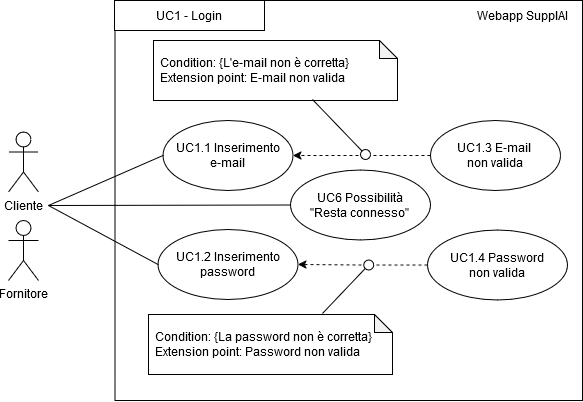
The draw.io diagram 2 - RTB/imgs/inserimento-email-password.png in CodeHex16/documentazione, before a commit. Source tidied: cells renumbered, new cells last; positions are measured from the earlier drawing's top-left corner, leaving out a move shared by most shapes. Source of this version:
```xml
<mxGraphModel>
  <root>
    <mxCell id="0" />
    <mxCell id="1" parent="0" />
    <mxCell id="2" style="rounded=0;whiteSpace=wrap;html=1;fillColor=none;align=right;" parent="1" vertex="1">
      <mxGeometry x="106.5" width="467.5" height="400" as="geometry" />
    </mxCell>
    <mxCell id="3" value="&lt;div&gt;UC1.1 Inserimento&lt;/div&gt;&lt;div&gt;e-mail&lt;br&gt;&lt;/div&gt;" style="ellipse;whiteSpace=wrap;html=1;" parent="1" vertex="1">
      <mxGeometry x="154.5" y="120" width="130" height="70" as="geometry" />
    </mxCell>
    <mxCell id="4" style="endArrow=none;html=1;rounded=0;entryX=0;entryY=0.5;entryDx=0;entryDy=0;exitX=1;exitY=0.5;exitDx=0;exitDy=0;" parent="1" edge="1" target="3">
      <mxGeometry relative="1" as="geometry">
        <mxPoint x="40" y="205" as="sourcePoint" />
      </mxGeometry>
    </mxCell>
    <mxCell id="5" value="&lt;div&gt;UC1.2 Inserimento&lt;/div&gt;&lt;div&gt;password&lt;br&gt;&lt;/div&gt;" style="ellipse;whiteSpace=wrap;html=1;" parent="1" vertex="1">
      <mxGeometry x="149.5" y="229" width="140" height="70" as="geometry" />
    </mxCell>
    <mxCell id="6" value="Webapp SupplAI" style="text;html=1;align=center;verticalAlign=middle;whiteSpace=wrap;rounded=0;" parent="1" vertex="1">
      <mxGeometry x="454" width="120" height="30" as="geometry" />
    </mxCell>
    <mxCell id="7" value="UC1 - Login" style="rounded=0;whiteSpace=wrap;html=1;" parent="1" vertex="1">
      <mxGeometry x="106" width="150" height="30" as="geometry" />
    </mxCell>
    <mxCell id="8" style="endArrow=none;html=1;rounded=0;entryX=0;entryY=0.5;entryDx=0;entryDy=0;exitX=1;exitY=0.5;exitDx=0;exitDy=0;" parent="1" edge="1" target="5">
      <mxGeometry relative="1" as="geometry">
        <mxPoint x="40" y="205" as="sourcePoint" />
      </mxGeometry>
    </mxCell>
    <mxCell id="9" value="Cliente" style="shape=umlActor;verticalLabelPosition=bottom;verticalAlign=top;html=1;" parent="1" vertex="1">
      <mxGeometry y="131.5" width="30" height="60" as="geometry" />
    </mxCell>
    <mxCell id="10" value="&lt;div&gt;UC6 Possibilità&lt;/div&gt;&lt;div&gt;&quot;Resta connesso&quot;&lt;br&gt;&lt;/div&gt;" style="ellipse;whiteSpace=wrap;html=1;" parent="1" vertex="1">
      <mxGeometry x="282" y="169.5" width="140" height="70" as="geometry" />
    </mxCell>
    <mxCell id="11" style="endArrow=none;html=1;rounded=0;entryX=0;entryY=0.5;entryDx=0;entryDy=0;exitX=1;exitY=0.5;exitDx=0;exitDy=0;" parent="1" edge="1" target="10">
      <mxGeometry relative="1" as="geometry">
        <mxPoint x="40" y="205" as="sourcePoint" />
      </mxGeometry>
    </mxCell>
    <mxCell id="12" style="edgeStyle=orthogonalEdgeStyle;rounded=0;jettySize=auto;html=1;entryX=1;entryY=0.5;entryDx=0;entryDy=0;dashed=1;" parent="1" edge="1" source="13" target="5">
      <mxGeometry relative="1" as="geometry" />
    </mxCell>
    <mxCell id="13" value="&lt;div&gt;UC1.4 Password&lt;/div&gt;&lt;div&gt;non valida&lt;br&gt;&lt;/div&gt;" style="ellipse;whiteSpace=wrap;html=1;" parent="1" vertex="1">
      <mxGeometry x="419" y="229.5" width="140" height="70" as="geometry" />
    </mxCell>
    <mxCell id="14" style="edgeStyle=orthogonalEdgeStyle;rounded=0;jettySize=auto;html=1;entryX=1;entryY=0.5;entryDx=0;entryDy=0;dashed=1;" parent="1" edge="1" source="15" target="3">
      <mxGeometry relative="1" as="geometry" />
    </mxCell>
    <mxCell id="15" value="&lt;div&gt;UC1.3 E-mail&amp;nbsp;&lt;/div&gt;&lt;div&gt;non valida&lt;br&gt;&lt;/div&gt;" style="ellipse;whiteSpace=wrap;html=1;" parent="1" vertex="1">
      <mxGeometry x="422" y="120" width="130" height="70" as="geometry" />
    </mxCell>
    <mxCell id="16" value="&lt;div align=&quot;left&quot; style=&quot;padding-left: 5px;&quot;&gt;Condition: {L'e-mail non è corretta}&lt;/div&gt;&lt;div align=&quot;left&quot; style=&quot;padding-left: 5px;&quot;&gt;Extension point: E-mail non valida&lt;br&gt;&lt;/div&gt;" style="shape=note;whiteSpace=wrap;html=1;backgroundOutline=1;darkOpacity=0.05;size=18;align=left;" parent="1" vertex="1">
      <mxGeometry x="145" y="40" width="244" height="60" as="geometry" />
    </mxCell>
    <mxCell id="17" value="&lt;div align=&quot;left&quot; style=&quot;padding-left: 5px;&quot;&gt;Condition: {La password non è corretta}&lt;/div&gt;&lt;div align=&quot;left&quot; style=&quot;padding-left: 5px;&quot;&gt;Extension point: Password non valida&lt;br&gt;&lt;/div&gt;" style="shape=note;whiteSpace=wrap;html=1;backgroundOutline=1;darkOpacity=0.05;size=18;align=left;" parent="1" vertex="1">
      <mxGeometry x="140" y="314" width="244" height="60" as="geometry" />
    </mxCell>
    <mxCell id="18" style="endArrow=none;html=1;rounded=0;exitX=0.5;exitY=1;exitDx=0;exitDy=0;exitPerimeter=0;endFill=0;entryX=0;entryY=0;entryDx=0;entryDy=0;" parent="1" edge="1" target="19">
      <mxGeometry relative="1" as="geometry">
        <mxPoint x="304" y="99" as="sourcePoint" />
      </mxGeometry>
    </mxCell>
    <mxCell id="19" style="ellipse;whiteSpace=wrap;html=1;" parent="1" vertex="1">
      <mxGeometry x="352" y="149" width="10" height="10" as="geometry" />
    </mxCell>
    <mxCell id="20" style="endArrow=none;html=1;rounded=0;exitX=0.713;exitY=-0.017;exitDx=0;exitDy=0;exitPerimeter=0;endFill=0;entryX=0;entryY=1;entryDx=0;entryDy=0;" parent="1" edge="1" source="17" target="21">
      <mxGeometry relative="1" as="geometry" />
    </mxCell>
    <mxCell id="21" style="ellipse;whiteSpace=wrap;html=1;" parent="1" vertex="1">
      <mxGeometry x="355.2" y="259.5" width="10" height="10" as="geometry" />
    </mxCell>
    <mxCell id="22" value="Fornitore" style="shape=umlActor;verticalLabelPosition=bottom;verticalAlign=top;html=1;outlineConnect=0;" parent="1" vertex="1">
      <mxGeometry y="220" width="30" height="60" as="geometry" />
    </mxCell>
  </root>
</mxGraphModel>
```
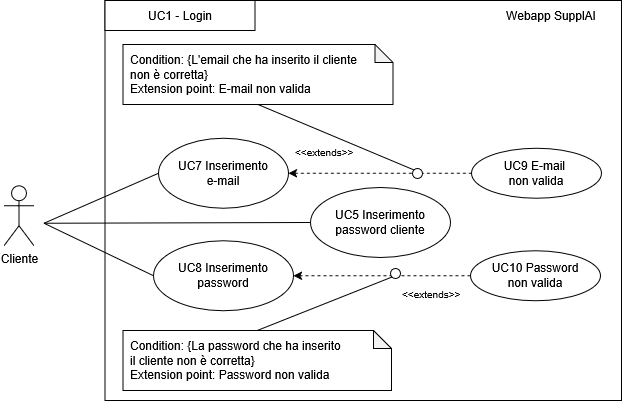
Later version of the same file.

The edit, as a diff of the source:
```diff
@@ -2,76 +2,77 @@
   <root>
     <mxCell id="0" />
     <mxCell id="1" parent="0" />
-    <mxCell id="2" style="rounded=0;whiteSpace=wrap;html=1;fillColor=none;align=right;" parent="1" vertex="1">
-      <mxGeometry x="106.5" width="467.5" height="400" as="geometry" />
+    <mxCell id="2" style="rounded=0;jettySize=auto;html=1;dashed=1;entryX=1;entryY=0.5;entryDx=0;entryDy=0;exitX=0;exitY=0.5;exitDx=0;exitDy=0;" parent="1" edge="1" source="10" target="22">
+      <mxGeometry relative="1" as="geometry" />
     </mxCell>
-    <mxCell id="3" value="&lt;div&gt;UC1.1 Inserimento&lt;/div&gt;&lt;div&gt;e-mail&lt;br&gt;&lt;/div&gt;" style="ellipse;whiteSpace=wrap;html=1;" parent="1" vertex="1">
-      <mxGeometry x="154.5" y="120" width="130" height="70" as="geometry" />
+    <mxCell id="3" style="rounded=0;whiteSpace=wrap;html=1;fillColor=none;align=right;" parent="1" vertex="1">
+      <mxGeometry x="-2442.5" y="280" width="516.5" height="400" as="geometry" />
     </mxCell>
-    <mxCell id="4" style="endArrow=none;html=1;rounded=0;entryX=0;entryY=0.5;entryDx=0;entryDy=0;exitX=1;exitY=0.5;exitDx=0;exitDy=0;" parent="1" edge="1" target="3">
-      <mxGeometry relative="1" as="geometry">
-        <mxPoint x="40" y="205" as="sourcePoint" />
-      </mxGeometry>
+    <mxCell id="4" value="&lt;div&gt;UC9 E-mail&amp;nbsp;&lt;/div&gt;&lt;div&gt;non valida&lt;/div&gt;" style="ellipse;whiteSpace=wrap;html=1;" parent="1" vertex="1">
+      <mxGeometry x="-2076" y="427.8" width="130" height="50" as="geometry" />
     </mxCell>
-    <mxCell id="5" value="&lt;div&gt;UC1.2 Inserimento&lt;/div&gt;&lt;div&gt;password&lt;br&gt;&lt;/div&gt;" style="ellipse;whiteSpace=wrap;html=1;" parent="1" vertex="1">
-      <mxGeometry x="149.5" y="229" width="140" height="70" as="geometry" />
+    <mxCell id="5" style="rounded=0;jettySize=auto;html=1;exitX=1;exitY=0.5;exitDx=0;exitDy=0;entryX=0;entryY=0.5;entryDx=0;entryDy=0;endArrow=none;endFill=0;dashed=1;startArrow=classic;startFill=1;" parent="1" edge="1" source="15" target="4">
+      <mxGeometry relative="1" as="geometry" />
     </mxCell>
-    <mxCell id="6" value="Webapp SupplAI" style="text;html=1;align=center;verticalAlign=middle;whiteSpace=wrap;rounded=0;" parent="1" vertex="1">
-      <mxGeometry x="454" width="120" height="30" as="geometry" />
+    <mxCell id="6" value="&lt;font style=&quot;font-size: 10px;&quot;&gt;&amp;lt;&amp;lt;extends&amp;gt;&amp;gt;&lt;/font&gt;" style="text;html=1;whiteSpace=wrap;overflow=hidden;rounded=0;" parent="1" vertex="1">
+      <mxGeometry x="-2147" y="560" width="80" height="20" as="geometry" />
     </mxCell>
-    <mxCell id="7" value="UC1 - Login" style="rounded=0;whiteSpace=wrap;html=1;" parent="1" vertex="1">
-      <mxGeometry x="106" width="150" height="30" as="geometry" />
+    <mxCell id="7" value="&lt;div align=&quot;left&quot; style=&quot;padding-left: 5px;&quot;&gt;Condition: {La password che ha inserito&amp;nbsp;&lt;/div&gt;&lt;div align=&quot;left&quot; style=&quot;padding-left: 5px;&quot;&gt;il cliente non è corretta}&lt;/div&gt;&lt;div align=&quot;left&quot; style=&quot;padding-left: 5px;&quot;&gt;Extension point: Password non valida&lt;/div&gt;" style="shape=note;whiteSpace=wrap;html=1;backgroundOutline=1;darkOpacity=0.05;size=18;align=left;" parent="1" vertex="1">
+      <mxGeometry x="-2424.5" y="610" width="268.5" height="60" as="geometry" />
     </mxCell>
-    <mxCell id="8" style="endArrow=none;html=1;rounded=0;entryX=0;entryY=0.5;entryDx=0;entryDy=0;exitX=1;exitY=0.5;exitDx=0;exitDy=0;" parent="1" edge="1" target="5">
-      <mxGeometry relative="1" as="geometry">
-        <mxPoint x="40" y="205" as="sourcePoint" />
-      </mxGeometry>
+    <mxCell id="8" style="ellipse;whiteSpace=wrap;html=1;" parent="1" vertex="1">
+      <mxGeometry x="-2157" y="548" width="10" height="10" as="geometry" />
     </mxCell>
-    <mxCell id="9" value="Cliente" style="shape=umlActor;verticalLabelPosition=bottom;verticalAlign=top;html=1;" parent="1" vertex="1">
-      <mxGeometry y="131.5" width="30" height="60" as="geometry" />
+    <mxCell id="9" style="endArrow=none;html=1;rounded=0;exitX=0.5;exitY=0;exitDx=0;exitDy=0;exitPerimeter=0;entryX=0;entryY=1;entryDx=0;entryDy=0;" parent="1" edge="1" source="7" target="8">
+      <mxGeometry relative="1" as="geometry" />
     </mxCell>
-    <mxCell id="10" value="&lt;div&gt;UC6 Possibilità&lt;/div&gt;&lt;div&gt;&quot;Resta connesso&quot;&lt;br&gt;&lt;/div&gt;" style="ellipse;whiteSpace=wrap;html=1;" parent="1" vertex="1">
-      <mxGeometry x="282" y="169.5" width="140" height="70" as="geometry" />
+    <mxCell id="10" value="&lt;div&gt;UC10 Password&lt;/div&gt;&lt;div&gt;non valida&lt;/div&gt;" style="ellipse;whiteSpace=wrap;html=1;" parent="1" vertex="1">
+      <mxGeometry x="-2077" y="530.2" width="130" height="50" as="geometry" />
     </mxCell>
-    <mxCell id="11" style="endArrow=none;html=1;rounded=0;entryX=0;entryY=0.5;entryDx=0;entryDy=0;exitX=1;exitY=0.5;exitDx=0;exitDy=0;" parent="1" edge="1" target="10">
-      <mxGeometry relative="1" as="geometry">
-        <mxPoint x="40" y="205" as="sourcePoint" />
-      </mxGeometry>
+    <mxCell id="11" value="&lt;font style=&quot;font-size: 10px;&quot;&gt;&amp;lt;&amp;lt;extends&amp;gt;&amp;gt;&lt;/font&gt;" style="text;html=1;whiteSpace=wrap;overflow=hidden;rounded=0;" parent="1" vertex="1">
+      <mxGeometry x="-2254" y="417.8" width="71" height="30" as="geometry" />
     </mxCell>
-    <mxCell id="12" style="edgeStyle=orthogonalEdgeStyle;rounded=0;jettySize=auto;html=1;entryX=1;entryY=0.5;entryDx=0;entryDy=0;dashed=1;" parent="1" edge="1" source="13" target="5">
-      <mxGeometry relative="1" as="geometry" />
+    <mxCell id="12" value="&lt;div align=&quot;left&quot; style=&quot;padding-left: 5px;&quot;&gt;Condition: {L'email che ha inserito il cliente&lt;/div&gt;&lt;div align=&quot;left&quot; style=&quot;padding-left: 5px;&quot;&gt;non è corretta}&lt;/div&gt;&lt;div align=&quot;left&quot; style=&quot;padding-left: 5px;&quot;&gt;Extension point: E-mail non valida&lt;/div&gt;" style="shape=note;whiteSpace=wrap;html=1;backgroundOutline=1;darkOpacity=0.05;size=18;align=left;" parent="1" vertex="1">
+      <mxGeometry x="-2424.5" y="324" width="270" height="60" as="geometry" />
     </mxCell>
-    <mxCell id="13" value="&lt;div&gt;UC1.4 Password&lt;/div&gt;&lt;div&gt;non valida&lt;br&gt;&lt;/div&gt;" style="ellipse;whiteSpace=wrap;html=1;" parent="1" vertex="1">
-      <mxGeometry x="419" y="229.5" width="140" height="70" as="geometry" />
+    <mxCell id="13" style="endArrow=none;html=1;rounded=0;exitX=0.5;exitY=1;exitDx=0;exitDy=0;exitPerimeter=0;entryX=0;entryY=0;entryDx=0;entryDy=0;" parent="1" edge="1" source="12" target="14">
+      <mxGeometry relative="1" as="geometry" />
     </mxCell>
-    <mxCell id="14" style="edgeStyle=orthogonalEdgeStyle;rounded=0;jettySize=auto;html=1;entryX=1;entryY=0.5;entryDx=0;entryDy=0;dashed=1;" parent="1" edge="1" source="15" target="3">
-      <mxGeometry relative="1" as="geometry" />
+    <mxCell id="14" style="ellipse;whiteSpace=wrap;html=1;" parent="1" vertex="1">
+      <mxGeometry x="-2135" y="448" width="10" height="10" as="geometry" />
     </mxCell>
-    <mxCell id="15" value="&lt;div&gt;UC1.3 E-mail&amp;nbsp;&lt;/div&gt;&lt;div&gt;non valida&lt;br&gt;&lt;/div&gt;" style="ellipse;whiteSpace=wrap;html=1;" parent="1" vertex="1">
-      <mxGeometry x="422" y="120" width="130" height="70" as="geometry" />
+    <mxCell id="15" value="&lt;div&gt;UC7 Inserimento&lt;/div&gt;e-mail" style="ellipse;whiteSpace=wrap;html=1;" parent="1" vertex="1">
+      <mxGeometry x="-2389" y="417.8" width="130" height="70" as="geometry" />
     </mxCell>
-    <mxCell id="16" value="&lt;div align=&quot;left&quot; style=&quot;padding-left: 5px;&quot;&gt;Condition: {L'e-mail non è corretta}&lt;/div&gt;&lt;div align=&quot;left&quot; style=&quot;padding-left: 5px;&quot;&gt;Extension point: E-mail non valida&lt;br&gt;&lt;/div&gt;" style="shape=note;whiteSpace=wrap;html=1;backgroundOutline=1;darkOpacity=0.05;size=18;align=left;" parent="1" vertex="1">
-      <mxGeometry x="145" y="40" width="244" height="60" as="geometry" />
+    <mxCell id="16" style="endArrow=none;html=1;rounded=0;entryX=0;entryY=0.5;entryDx=0;entryDy=0;exitX=1;exitY=0.5;exitDx=0;exitDy=0;" parent="1" edge="1" target="15">
+      <mxGeometry relative="1" as="geometry">
+        <mxPoint x="-2503.5" y="502.8" as="sourcePoint" />
+      </mxGeometry>
     </mxCell>
-    <mxCell id="17" value="&lt;div align=&quot;left&quot; style=&quot;padding-left: 5px;&quot;&gt;Condition: {La password non è corretta}&lt;/div&gt;&lt;div align=&quot;left&quot; style=&quot;padding-left: 5px;&quot;&gt;Extension point: Password non valida&lt;br&gt;&lt;/div&gt;" style="shape=note;whiteSpace=wrap;html=1;backgroundOutline=1;darkOpacity=0.05;size=18;align=left;" parent="1" vertex="1">
-      <mxGeometry x="140" y="314" width="244" height="60" as="geometry" />
+    <mxCell id="17" value="&lt;div&gt;UC5 Inserimento&lt;/div&gt;&lt;div&gt;password cliente&lt;br&gt;&lt;/div&gt;" style="ellipse;whiteSpace=wrap;html=1;" parent="1" vertex="1">
+      <mxGeometry x="-2237" y="467" width="140" height="70" as="geometry" />
     </mxCell>
-    <mxCell id="18" style="endArrow=none;html=1;rounded=0;exitX=0.5;exitY=1;exitDx=0;exitDy=0;exitPerimeter=0;endFill=0;entryX=0;entryY=0;entryDx=0;entryDy=0;" parent="1" edge="1" target="19">
-      <mxGeometry relative="1" as="geometry">
-        <mxPoint x="304" y="99" as="sourcePoint" />
-      </mxGeometry>
+    <mxCell id="18" value="Webapp SupplAI" style="text;html=1;align=center;verticalAlign=middle;whiteSpace=wrap;rounded=0;" parent="1" vertex="1">
+      <mxGeometry x="-2056" y="280" width="120" height="30" as="geometry" />
     </mxCell>
-    <mxCell id="19" style="ellipse;whiteSpace=wrap;html=1;" parent="1" vertex="1">
-      <mxGeometry x="352" y="149" width="10" height="10" as="geometry" />
+    <mxCell id="19" value="UC1 - Login" style="rounded=0;whiteSpace=wrap;html=1;" parent="1" vertex="1">
+      <mxGeometry x="-2442.5" y="280" width="150" height="30" as="geometry" />
     </mxCell>
-    <mxCell id="20" style="endArrow=none;html=1;rounded=0;exitX=0.713;exitY=-0.017;exitDx=0;exitDy=0;exitPerimeter=0;endFill=0;entryX=0;entryY=1;entryDx=0;entryDy=0;" parent="1" edge="1" source="17" target="21">
-      <mxGeometry relative="1" as="geometry" />
+    <mxCell id="20" style="endArrow=none;html=1;rounded=0;entryX=0;entryY=0.5;entryDx=0;entryDy=0;exitX=1;exitY=0.5;exitDx=0;exitDy=0;" parent="1" edge="1" target="17">
+      <mxGeometry relative="1" as="geometry">
+        <mxPoint x="-2503.5" y="502.8" as="sourcePoint" />
+      </mxGeometry>
     </mxCell>
-    <mxCell id="21" style="ellipse;whiteSpace=wrap;html=1;" parent="1" vertex="1">
-      <mxGeometry x="355.2" y="259.5" width="10" height="10" as="geometry" />
+    <mxCell id="21" value="Cliente" style="shape=umlActor;verticalLabelPosition=bottom;verticalAlign=top;html=1;outlineConnect=0;" parent="1" vertex="1">
+      <mxGeometry x="-2543.5" y="465.2" width="30" height="60" as="geometry" />
     </mxCell>
-    <mxCell id="22" value="Fornitore" style="shape=umlActor;verticalLabelPosition=bottom;verticalAlign=top;html=1;outlineConnect=0;" parent="1" vertex="1">
-      <mxGeometry y="220" width="30" height="60" as="geometry" />
+    <mxCell id="22" value="&lt;div&gt;UC8 Inserimento&lt;/div&gt;&lt;div&gt;password&lt;/div&gt;" style="ellipse;whiteSpace=wrap;html=1;" parent="1" vertex="1">
+      <mxGeometry x="-2394" y="520.2" width="140" height="70" as="geometry" />
     </mxCell>
+    <mxCell id="23" style="endArrow=none;html=1;rounded=0;entryX=0;entryY=0.5;entryDx=0;entryDy=0;exitX=1;exitY=0.5;exitDx=0;exitDy=0;" parent="1" edge="1" target="22">
+      <mxGeometry relative="1" as="geometry">
+        <mxPoint x="-2503.5" y="502.8" as="sourcePoint" />
+      </mxGeometry>
+    </mxCell>
   </root>
 </mxGraphModel>
```
